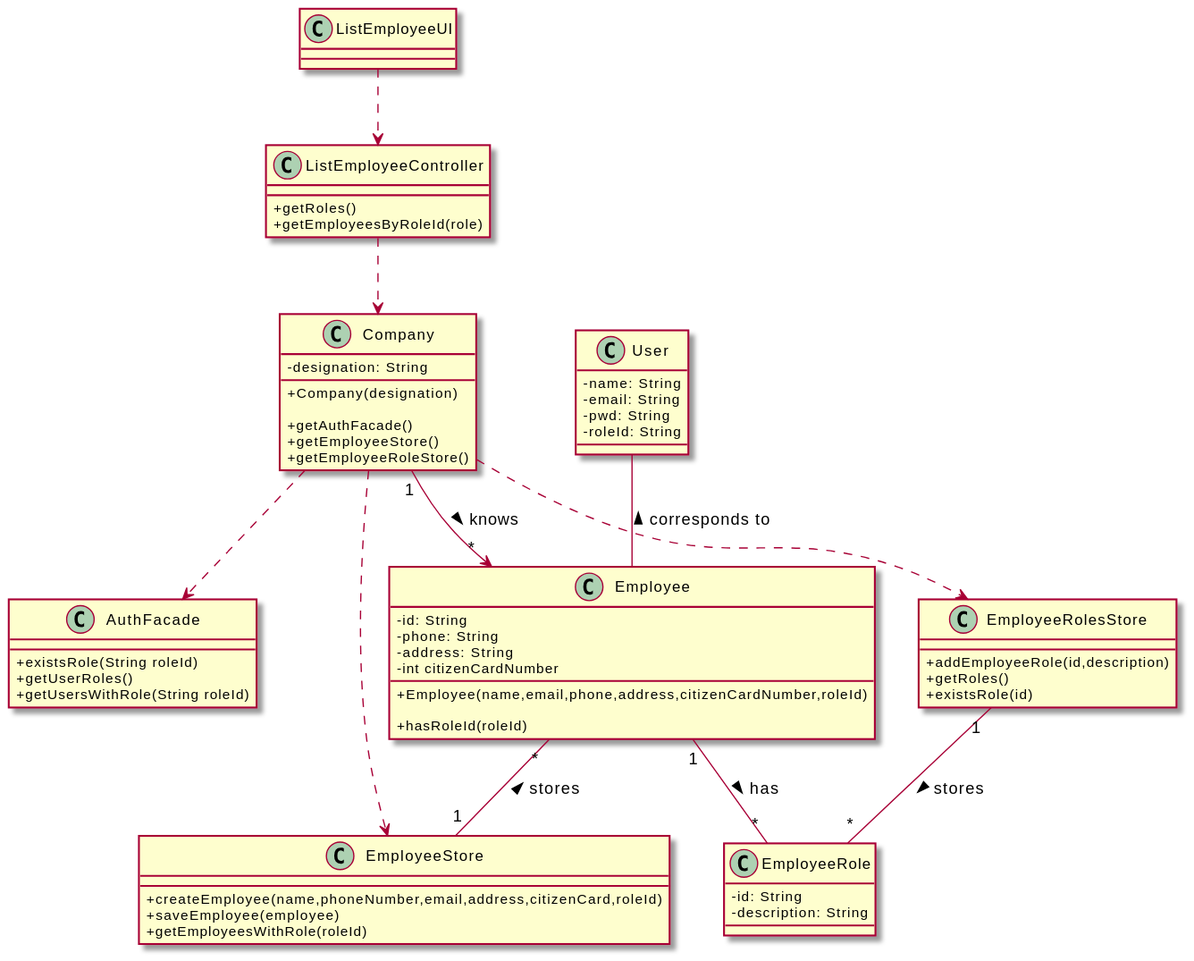
Earlier version of the PlantUML export docs/SprintB/US11/CD/US11_CD.svg (miseEnPlace-i/lapr2).
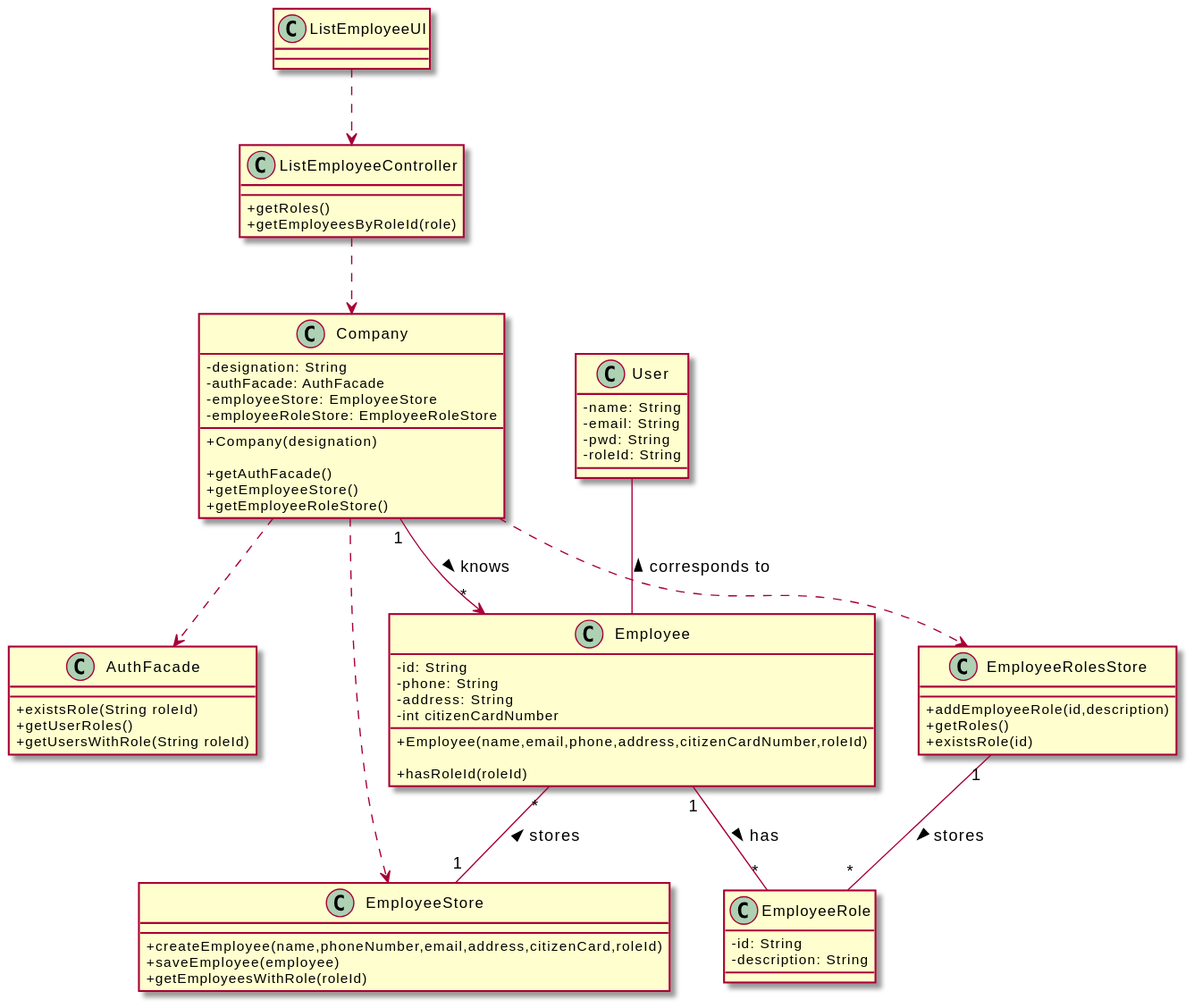
Later version of the same file.

Commit message:
docs(SD): added store as company attributes

The edit, as a diff of the source:
```diff
@@ -21,6 +21,9 @@
 
 class Company {
   -designation: String
+  -authFacade: AuthFacade
+  -employeeStore: EmployeeStore
+  -employeeRoleStore: EmployeeRoleStore
 
   +Company(designation)
 
```
